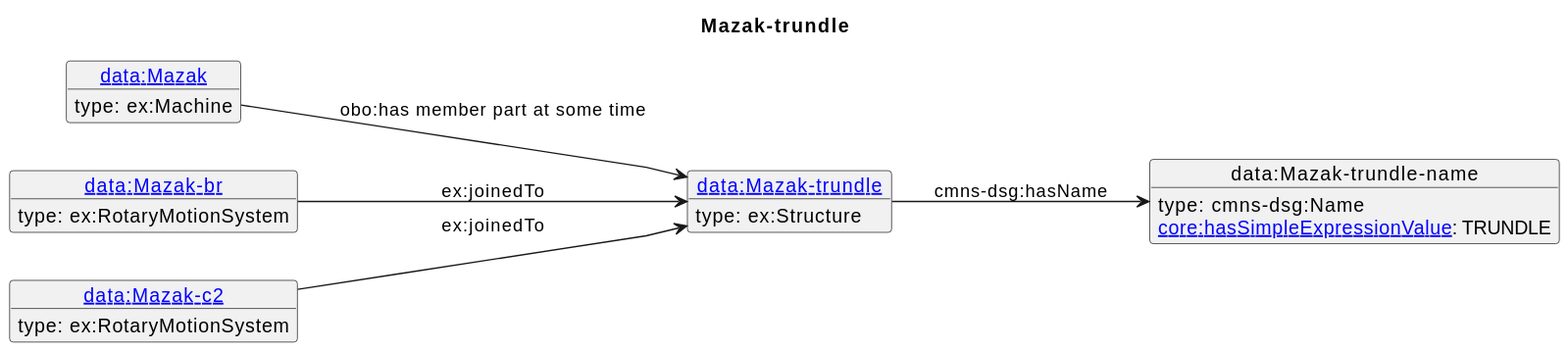
The PlantUML diagram diagrams/Mazak-trundle.svg in iofoundry/example-syseng-mtconnect, before a commit.
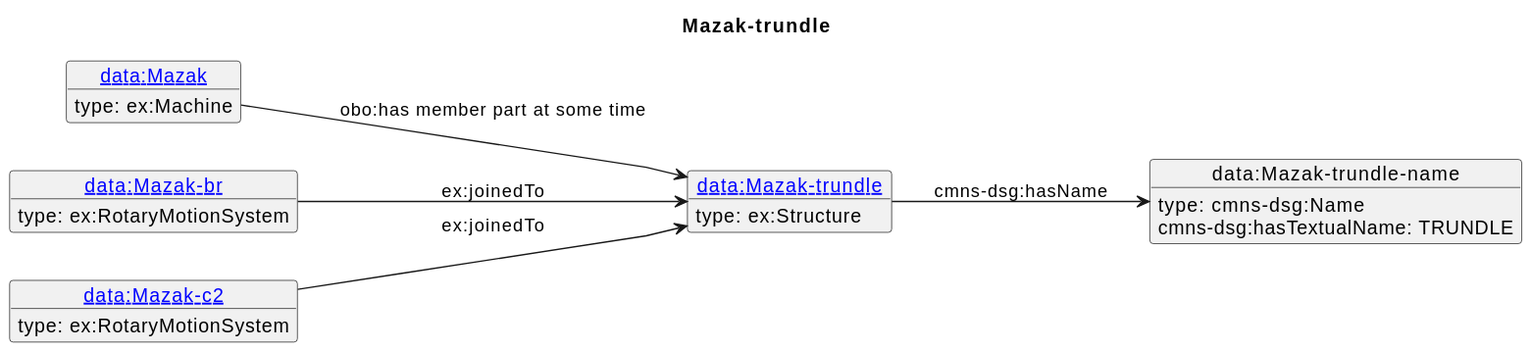
The same file after the commit.

What changed in the source:
```diff
@@ -18,7 +18,7 @@
  type: ex:RotaryMotionSystem
 }
 o1 --> o2 : cmns-dsg:hasName
-o2 : [[https://spec.industrialontologies.org/ontology/core/Core/hasSimpleExpressionValue core:hasSimpleExpressionValue]]: TRUNDLE
+o2 : cmns-dsg:hasTextualName: TRUNDLE
 o3 --> o1 : obo:has member part at some time
 o4 --> o1 : ex:joinedTo
 o5 --> o1 : ex:joinedTo
```
